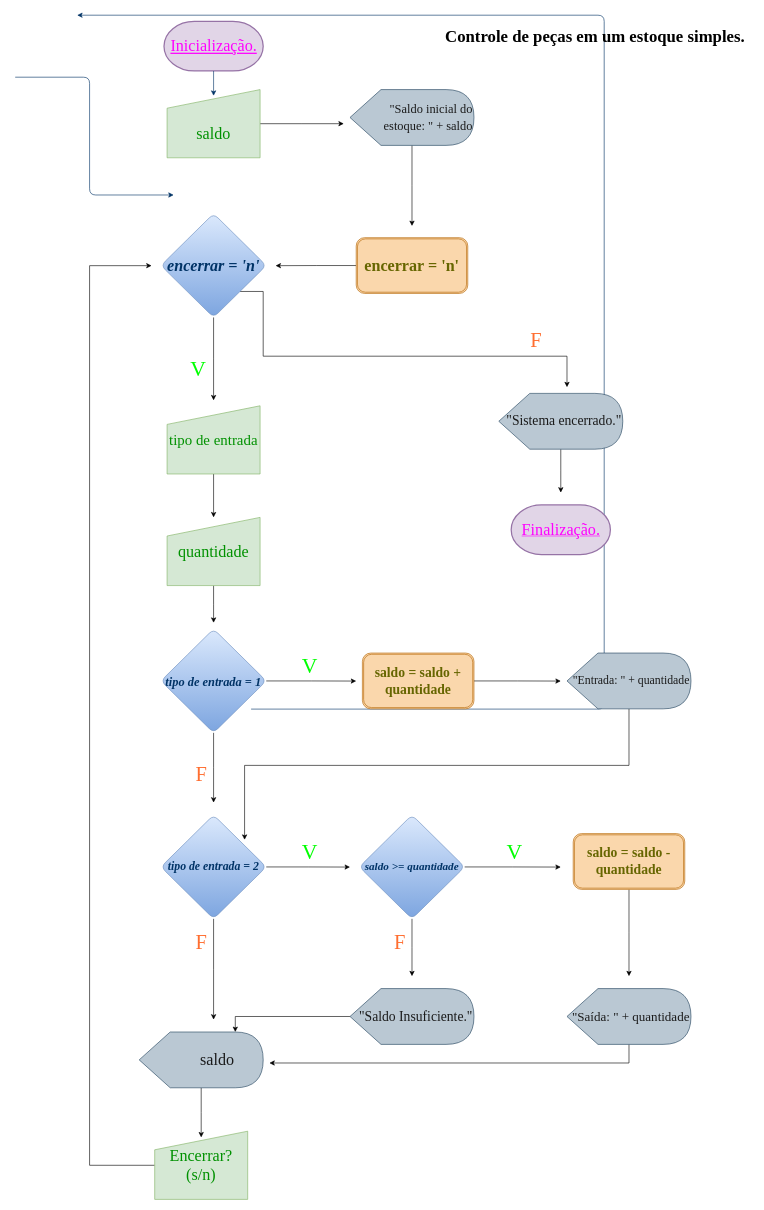
The draw.io diagram Untitled Diagram.drawio in petterkrupp/OnlineRepository, before the edit. Source tidied: cells renumbered, new cells numbered last; positions are measured from the earlier drawing's top-left corner, leaving out a move shared by most shapes. Both pictures are drawn from the tidied source at 62%, with x=0, y=0 at pixel (15, 15).
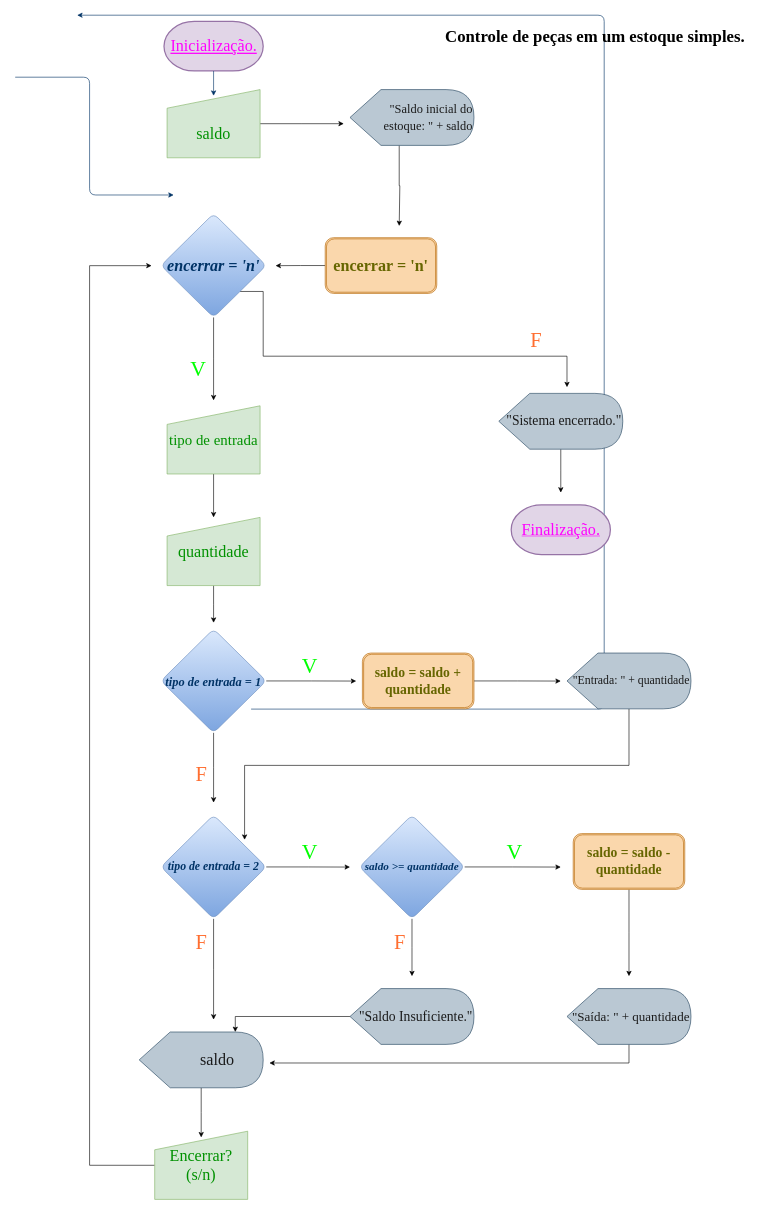
The same diagram, later.

Unchanged cells that the change refers to:
```xml
<mxCell id="9" value="&lt;font style=&quot;font-size: 20px;&quot;&gt;&quot;Saldo inicial do estoque: &quot; + saldo&lt;/font&gt;" style="shape=display;whiteSpace=wrap;html=1;fillColor=#bac8d3;strokeColor=#23445d;fontFamily=Times New Roman;fontSize=22;fontStyle=0;align=right;fontColor=#1A1A1A;" parent="1" vertex="1">
  <mxGeometry x="540" y="120" width="200" height="90" as="geometry" />
</mxCell>
```

Diff of the diagram source:
```diff
@@
-    <mxCell id="8" style="edgeStyle=orthogonalEdgeStyle;rounded=0;jettySize=auto;html=1;fontFamily=Times New Roman;fontSize=22;" parent="1" edge="1" source="9">
+    <mxCell id="8" style="edgeStyle=orthogonalEdgeStyle;rounded=0;orthogonalLoop=1;jettySize=auto;html=1;fontFamily=Times New Roman;fontSize=22;" parent="1" edge="1">
       <mxGeometry relative="1" as="geometry">
-        <mxPoint x="640" y="340" as="targetPoint" />
+        <mxPoint x="619.4" y="210" as="sourcePoint" />
+        <mxPoint x="619.4" y="340" as="targetPoint" />
+        <Array as="points">
+          <mxPoint x="619.4" y="275" />
+          <mxPoint x="620.4" y="340" />
+        </Array>
       </mxGeometry>
     </mxCell>
@@
     <mxCell id="11" value="&lt;font style=&quot;font-size: 26px;&quot;&gt;encerrar = 'n'&lt;/font&gt;" style="shape=ext;double=1;rounded=1;whiteSpace=wrap;html=1;fillColor=#fad7ac;strokeColor=#b46504;fontFamily=Times New Roman;fontSize=26;fontStyle=1;fontColor=#666600;" parent="1" vertex="1">
-      <mxGeometry x="550" y="358.8" width="180" height="90" as="geometry" />
+      <mxGeometry x="500" y="358.8" width="180" height="90" as="geometry" />
     </mxCell>
```
